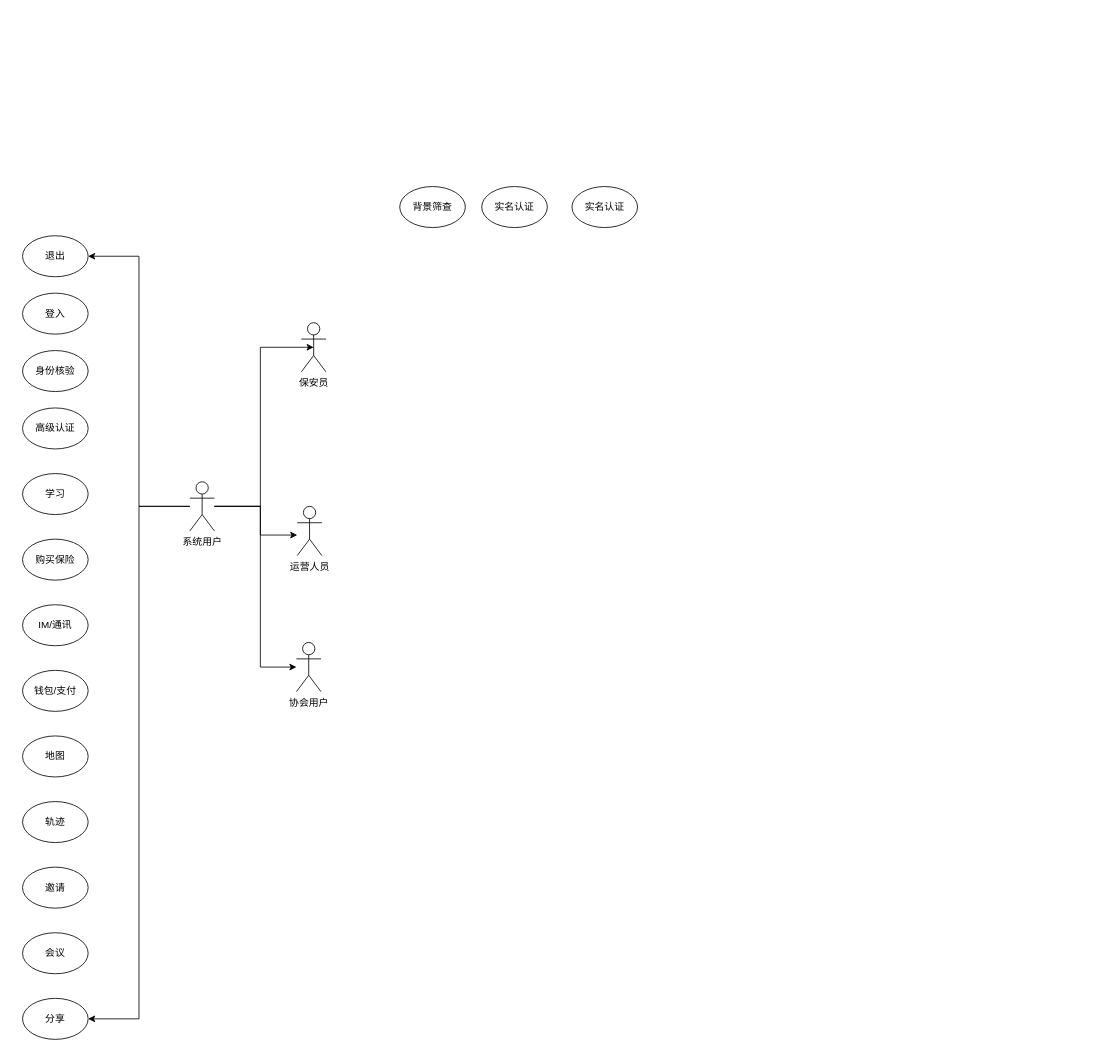
Earlier version of the draw.io diagram document/Untitled Diagram.drawio (BestLalaVm/modals). Source tidied: cells renumbered, new cells numbered last; positions are measured from the earlier drawing's top-left corner, leaving out a move shared by most shapes. Both pictures are drawn from the tidied source at 82%, with x=0, y=0 at pixel (22, 186).
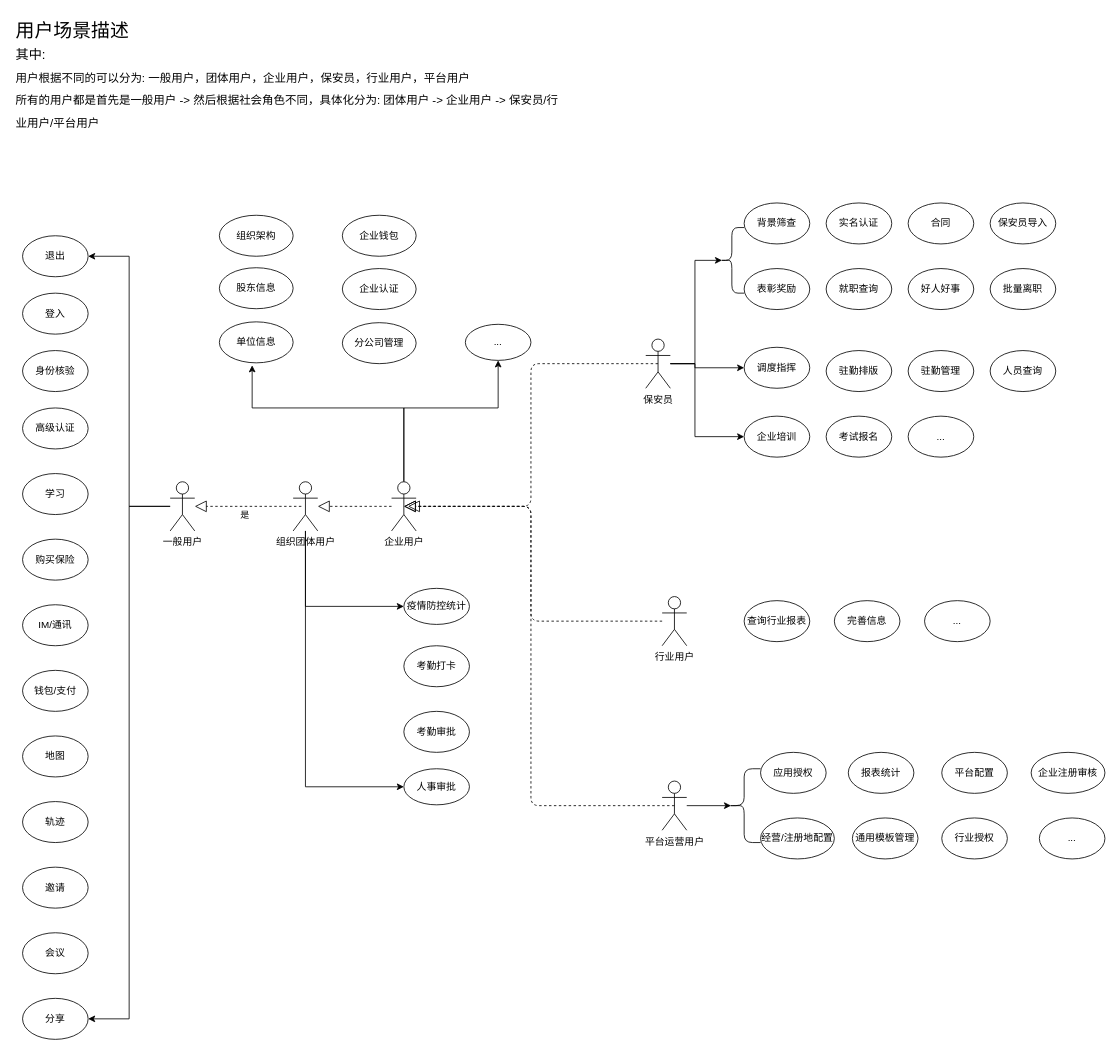
The same page after the edit.

Commit message:
场景描述图.drawio

The edit, as a diff of the source:
```diff
@@
-    <mxCell id="2" style="edgeStyle=orthogonalEdgeStyle;rounded=0;jettySize=auto;html=1;entryX=0.5;entryY=0.5;entryDx=0;entryDy=0;entryPerimeter=0;" parent="1" edge="1" source="7" target="8">
-      <mxGeometry relative="1" as="geometry">
-        <Array as="points">
-          <mxPoint x="290" y="390" />
-          <mxPoint x="290" y="196" />
-        </Array>
-      </mxGeometry>
-    </mxCell>
-    <mxCell id="3" style="edgeStyle=orthogonalEdgeStyle;rounded=0;jettySize=auto;html=1;" parent="1" edge="1" source="7" target="9">
-      <mxGeometry relative="1" as="geometry">
-        <Array as="points">
-          <mxPoint x="290" y="390" />
-          <mxPoint x="290" y="425" />
-        </Array>
-      </mxGeometry>
-    </mxCell>
-    <mxCell id="4" style="edgeStyle=orthogonalEdgeStyle;rounded=0;jettySize=auto;html=1;" parent="1" edge="1" source="7" target="10">
-      <mxGeometry relative="1" as="geometry">
-        <Array as="points">
-          <mxPoint x="290" y="390" />
-          <mxPoint x="290" y="586" />
-        </Array>
-      </mxGeometry>
-    </mxCell>
@@
-    <mxCell id="7" value="系统用户" style="shape=umlActor;verticalLabelPosition=bottom;verticalAlign=top;html=1;outlineConnect=0;" parent="1" vertex="1">
-      <mxGeometry x="204" y="360" width="30" height="60" as="geometry" />
+    <mxCell id="7" value="一般用户" style="shape=umlActor;verticalLabelPosition=bottom;verticalAlign=top;html=1;outlineConnect=0;" parent="1" vertex="1">
+      <mxGeometry x="180" y="360" width="30" height="60" as="geometry" />
     </mxCell>
+    <mxCell id="27" style="edgeStyle=orthogonalEdgeStyle;rounded=0;jettySize=auto;html=1;entryX=0.1;entryY=0.5;entryDx=0;entryDy=0;entryPerimeter=0;" parent="1" edge="1" source="8" target="33">
+      <mxGeometry relative="1" as="geometry">
+        <Array as="points">
+          <mxPoint x="820" y="216" />
+          <mxPoint x="820" y="90" />
+        </Array>
+      </mxGeometry>
+    </mxCell>
+    <mxCell id="28" style="edgeStyle=orthogonalEdgeStyle;rounded=0;jettySize=auto;html=1;entryX=0;entryY=0.5;entryDx=0;entryDy=0;" parent="1" edge="1" source="8" target="38">
+      <mxGeometry relative="1" as="geometry">
+        <Array as="points">
+          <mxPoint x="820" y="216" />
+          <mxPoint x="820" y="221" />
+        </Array>
+      </mxGeometry>
+    </mxCell>
+    <mxCell id="29" style="edgeStyle=orthogonalEdgeStyle;rounded=0;jettySize=auto;html=1;entryX=0;entryY=0.5;entryDx=0;entryDy=0;" parent="1" edge="1" source="8" target="60">
+      <mxGeometry relative="1" as="geometry">
+        <Array as="points">
+          <mxPoint x="820" y="216" />
+          <mxPoint x="820" y="305" />
+        </Array>
+      </mxGeometry>
+    </mxCell>
     <mxCell id="8" value="保安员&lt;br&gt;" style="shape=umlActor;verticalLabelPosition=bottom;verticalAlign=top;html=1;outlineConnect=0;" parent="1" vertex="1">
-      <mxGeometry x="340" y="166" width="30" height="60" as="geometry" />
+      <mxGeometry x="760" y="186" width="30" height="60" as="geometry" />
     </mxCell>
-    <mxCell id="9" value="运营人员&lt;br&gt;" style="shape=umlActor;verticalLabelPosition=bottom;verticalAlign=top;html=1;outlineConnect=0;" parent="1" vertex="1">
-      <mxGeometry x="335" y="390" width="30" height="60" as="geometry" />
-    </mxCell>
-    <mxCell id="10" value="协会用户" style="shape=umlActor;verticalLabelPosition=bottom;verticalAlign=top;html=1;outlineConnect=0;" parent="1" vertex="1">
-      <mxGeometry x="334" y="556" width="30" height="60" as="geometry" />
+    <mxCell id="10" value="行业用户" style="shape=umlActor;verticalLabelPosition=bottom;verticalAlign=top;html=1;outlineConnect=0;" parent="1" vertex="1">
+      <mxGeometry x="780" y="500" width="30" height="60" as="geometry" />
     </mxCell>
@@
     <mxCell id="22" value="背景筛查" style="ellipse;whiteSpace=wrap;html=1;" parent="1" vertex="1">
-      <mxGeometry x="460" width="80" height="50" as="geometry" />
+      <mxGeometry x="880" y="20" width="80" height="50" as="geometry" />
     </mxCell>
     <mxCell id="23" value="实名认证" style="ellipse;whiteSpace=wrap;html=1;" parent="1" vertex="1">
-      <mxGeometry x="560" width="80" height="50" as="geometry" />
+      <mxGeometry x="980" y="20" width="80" height="50" as="geometry" />
     </mxCell>
-    <mxCell id="24" value="实名认证" style="ellipse;whiteSpace=wrap;html=1;" parent="1" vertex="1">
-      <mxGeometry x="670" width="80" height="50" as="geometry" />
+    <mxCell id="24" value="合同" style="ellipse;whiteSpace=wrap;html=1;" parent="1" vertex="1">
+      <mxGeometry x="1080" y="20" width="80" height="50" as="geometry" />
     </mxCell>
@@
+    <mxCell id="30" value="表彰奖励" style="ellipse;whiteSpace=wrap;html=1;" parent="1" vertex="1">
+      <mxGeometry x="880" y="100" width="80" height="50" as="geometry" />
+    </mxCell>
+    <mxCell id="31" value="就职查询" style="ellipse;whiteSpace=wrap;html=1;" parent="1" vertex="1">
+      <mxGeometry x="980" y="100" width="80" height="50" as="geometry" />
+    </mxCell>
+    <mxCell id="32" value="好人好事" style="ellipse;whiteSpace=wrap;html=1;" parent="1" vertex="1">
+      <mxGeometry x="1080" y="100" width="80" height="50" as="geometry" />
+    </mxCell>
+    <mxCell id="33" style="shape=curlyBracket;whiteSpace=wrap;html=1;rounded=1;" parent="1" vertex="1">
+      <mxGeometry x="850" y="50" width="30" height="80" as="geometry" />
+    </mxCell>
+    <mxCell id="34" value="保安员导入" style="ellipse;whiteSpace=wrap;html=1;" parent="1" vertex="1">
+      <mxGeometry x="1180" y="20" width="80" height="50" as="geometry" />
+    </mxCell>
+    <mxCell id="35" value="批量离职" style="ellipse;whiteSpace=wrap;html=1;" parent="1" vertex="1">
+      <mxGeometry x="1180" y="100" width="80" height="50" as="geometry" />
+    </mxCell>
+    <mxCell id="36" value="驻勤管理" style="ellipse;whiteSpace=wrap;html=1;" parent="1" vertex="1">
+      <mxGeometry x="1080" y="200" width="80" height="50" as="geometry" />
+    </mxCell>
+    <mxCell id="37" value="人员查询" style="ellipse;whiteSpace=wrap;html=1;" parent="1" vertex="1">
+      <mxGeometry x="1180" y="200" width="80" height="50" as="geometry" />
+    </mxCell>
+    <mxCell id="38" value="调度指挥" style="ellipse;whiteSpace=wrap;html=1;" parent="1" vertex="1">
+      <mxGeometry x="880" y="196" width="80" height="50" as="geometry" />
+    </mxCell>
+    <mxCell id="39" value="驻勤排版" style="ellipse;whiteSpace=wrap;html=1;" parent="1" vertex="1">
+      <mxGeometry x="980" y="200" width="80" height="50" as="geometry" />
+    </mxCell>
+    <mxCell id="40" style="edgeStyle=orthogonalEdgeStyle;rounded=0;jettySize=auto;html=1;entryX=0.5;entryY=1;entryDx=0;entryDy=0;" parent="1" edge="1" source="42">
+      <mxGeometry relative="1" as="geometry">
+        <mxPoint x="280" y="218" as="targetPoint" />
+        <Array as="points">
+          <mxPoint x="465" y="270" />
+          <mxPoint x="280" y="270" />
+        </Array>
+      </mxGeometry>
+    </mxCell>
+    <mxCell id="41" style="edgeStyle=orthogonalEdgeStyle;rounded=0;jettySize=auto;html=1;entryX=0.5;entryY=1;entryDx=0;entryDy=0;" parent="1" edge="1" source="42" target="45">
+      <mxGeometry relative="1" as="geometry">
+        <Array as="points">
+          <mxPoint x="465" y="270" />
+          <mxPoint x="580" y="270" />
+        </Array>
+      </mxGeometry>
+    </mxCell>
+    <mxCell id="42" value="企业用户" style="shape=umlActor;verticalLabelPosition=bottom;verticalAlign=top;html=1;outlineConnect=0;" parent="1" vertex="1">
+      <mxGeometry x="450" y="360" width="30" height="60" as="geometry" />
+    </mxCell>
+    <mxCell id="43" value="考勤审批" style="ellipse;whiteSpace=wrap;html=1;" parent="1" vertex="1">
+      <mxGeometry x="465" y="640" width="80" height="50" as="geometry" />
+    </mxCell>
+    <mxCell id="44" value="人事审批" style="ellipse;whiteSpace=wrap;html=1;" parent="1" vertex="1">
+      <mxGeometry x="465" y="710" width="80" height="44" as="geometry" />
+    </mxCell>
+    <mxCell id="45" value="..." style="ellipse;whiteSpace=wrap;html=1;" parent="1" vertex="1">
+      <mxGeometry x="540" y="168" width="80" height="44" as="geometry" />
+    </mxCell>
+    <mxCell id="46" value="单位信息" style="ellipse;whiteSpace=wrap;html=1;" parent="1" vertex="1">
+      <mxGeometry x="240" y="165" width="90" height="50" as="geometry" />
+    </mxCell>
+    <mxCell id="47" value="股东信息" style="ellipse;whiteSpace=wrap;html=1;" parent="1" vertex="1">
+      <mxGeometry x="240" y="99" width="90" height="50" as="geometry" />
+    </mxCell>
+    <mxCell id="48" value="组织架构" style="ellipse;whiteSpace=wrap;html=1;" parent="1" vertex="1">
+      <mxGeometry x="240" y="35" width="90" height="50" as="geometry" />
+    </mxCell>
+    <mxCell id="49" value="分公司管理" style="ellipse;whiteSpace=wrap;html=1;" parent="1" vertex="1">
+      <mxGeometry x="390" y="166" width="90" height="50" as="geometry" />
+    </mxCell>
+    <mxCell id="50" value="企业认证" style="ellipse;whiteSpace=wrap;html=1;" parent="1" vertex="1">
+      <mxGeometry x="390" y="100" width="90" height="50" as="geometry" />
+    </mxCell>
+    <mxCell id="51" style="edgeStyle=orthogonalEdgeStyle;rounded=0;jettySize=auto;html=1;entryX=0;entryY=0.5;entryDx=0;entryDy=0;" parent="1" edge="1" source="53" target="54">
+      <mxGeometry relative="1" as="geometry">
+        <Array as="points">
+          <mxPoint x="345" y="512" />
+        </Array>
+      </mxGeometry>
+    </mxCell>
+    <mxCell id="52" style="edgeStyle=orthogonalEdgeStyle;rounded=0;jettySize=auto;html=1;entryX=0;entryY=0.5;entryDx=0;entryDy=0;" parent="1" edge="1" source="53" target="44">
+      <mxGeometry relative="1" as="geometry">
+        <Array as="points">
+          <mxPoint x="345" y="732" />
+        </Array>
+      </mxGeometry>
+    </mxCell>
+    <mxCell id="53" value="组织团体用户" style="shape=umlActor;verticalLabelPosition=bottom;verticalAlign=top;html=1;outlineConnect=0;" parent="1" vertex="1">
+      <mxGeometry x="330" y="360" width="30" height="60" as="geometry" />
+    </mxCell>
+    <mxCell id="54" value="疫情防控统计" style="ellipse;whiteSpace=wrap;html=1;" parent="1" vertex="1">
+      <mxGeometry x="465" y="490" width="80" height="44" as="geometry" />
+    </mxCell>
+    <mxCell id="55" value="考勤打卡" style="ellipse;whiteSpace=wrap;html=1;" parent="1" vertex="1">
+      <mxGeometry x="465" y="560" width="80" height="50" as="geometry" />
+    </mxCell>
+    <mxCell id="56" style="edgeStyle=orthogonalEdgeStyle;rounded=0;jettySize=auto;html=1;entryX=0.1;entryY=0.5;entryDx=0;entryDy=0;entryPerimeter=0;" parent="1" edge="1" source="57" target="66">
+      <mxGeometry relative="1" as="geometry" />
+    </mxCell>
+    <mxCell id="57" value="平台运营用户" style="shape=umlActor;verticalLabelPosition=bottom;verticalAlign=top;html=1;outlineConnect=0;" parent="1" vertex="1">
+      <mxGeometry x="780" y="725" width="30" height="60" as="geometry" />
+    </mxCell>
+    <mxCell id="58" value="应用授权" style="ellipse;whiteSpace=wrap;html=1;" parent="1" vertex="1">
+      <mxGeometry x="900" y="690" width="80" height="50" as="geometry" />
+    </mxCell>
+    <mxCell id="59" value="报表统计" style="ellipse;whiteSpace=wrap;html=1;" parent="1" vertex="1">
+      <mxGeometry x="1007" y="690" width="80" height="50" as="geometry" />
+    </mxCell>
+    <mxCell id="60" value="企业培训" style="ellipse;whiteSpace=wrap;html=1;" parent="1" vertex="1">
+      <mxGeometry x="880" y="280" width="80" height="50" as="geometry" />
+    </mxCell>
+    <mxCell id="61" value="考试报名" style="ellipse;whiteSpace=wrap;html=1;" parent="1" vertex="1">
+      <mxGeometry x="980" y="280" width="80" height="50" as="geometry" />
+    </mxCell>
+    <mxCell id="62" value="企业钱包" style="ellipse;whiteSpace=wrap;html=1;" parent="1" vertex="1">
+      <mxGeometry x="390" y="35" width="90" height="50" as="geometry" />
+    </mxCell>
+    <mxCell id="63" value="平台配置" style="ellipse;whiteSpace=wrap;html=1;" parent="1" vertex="1">
+      <mxGeometry x="1121" y="690" width="80" height="50" as="geometry" />
+    </mxCell>
+    <mxCell id="64" value="经营/注册地配置" style="ellipse;whiteSpace=wrap;html=1;" parent="1" vertex="1">
+      <mxGeometry x="900" y="770" width="90" height="50" as="geometry" />
+    </mxCell>
+    <mxCell id="65" value="通用模板管理" style="ellipse;whiteSpace=wrap;html=1;" parent="1" vertex="1">
+      <mxGeometry x="1012" y="770" width="80" height="50" as="geometry" />
+    </mxCell>
+    <mxCell id="66" style="shape=curlyBracket;whiteSpace=wrap;html=1;rounded=1;" parent="1" vertex="1">
+      <mxGeometry x="860" y="710" width="40" height="90" as="geometry" />
+    </mxCell>
+    <mxCell id="67" value="行业授权" style="ellipse;whiteSpace=wrap;html=1;" parent="1" vertex="1">
+      <mxGeometry x="1121" y="770" width="80" height="50" as="geometry" />
+    </mxCell>
+    <mxCell id="68" value="企业注册审核" style="ellipse;whiteSpace=wrap;html=1;" parent="1" vertex="1">
+      <mxGeometry x="1230" y="690" width="90" height="50" as="geometry" />
+    </mxCell>
+    <mxCell id="69" style="endArrow=block;dashed=1;endFill=0;endSize=12;html=1;" parent="1" edge="1" target="7">
+      <mxGeometry relative="1" as="geometry">
+        <mxPoint x="340" y="390" as="sourcePoint" />
+      </mxGeometry>
+    </mxCell>
+    <mxCell id="70" value="是" style="edgeLabel;html=1;align=center;verticalAlign=middle;" parent="69" vertex="1">
+      <mxGeometry x="-0.2" y="4" relative="1" as="geometry">
+        <mxPoint x="-18" y="6" as="offset" />
+      </mxGeometry>
+    </mxCell>
+    <mxCell id="71" style="endArrow=block;dashed=1;endFill=0;endSize=12;html=1;" parent="1" edge="1" source="42" target="53">
+      <mxGeometry relative="1" as="geometry" />
+    </mxCell>
+    <mxCell id="72" style="endArrow=block;dashed=1;endFill=0;endSize=12;html=1;exitX=0.5;exitY=0.5;exitDx=0;exitDy=0;exitPerimeter=0;entryX=0.5;entryY=0.5;entryDx=0;entryDy=0;entryPerimeter=0;edgeStyle=orthogonalEdgeStyle;" parent="1" edge="1" source="8" target="42">
+      <mxGeometry relative="1" as="geometry">
+        <Array as="points">
+          <mxPoint x="620" y="216" />
+          <mxPoint x="620" y="390" />
+        </Array>
+      </mxGeometry>
+    </mxCell>
+    <mxCell id="73" style="endArrow=block;dashed=1;endFill=0;endSize=12;html=1;entryX=0.5;entryY=0.5;entryDx=0;entryDy=0;entryPerimeter=0;edgeStyle=orthogonalEdgeStyle;" parent="1" edge="1" source="10" target="42">
+      <mxGeometry relative="1" as="geometry">
+        <Array as="points">
+          <mxPoint x="620" y="530" />
+          <mxPoint x="620" y="390" />
+        </Array>
+      </mxGeometry>
+    </mxCell>
+    <mxCell id="74" style="endArrow=block;dashed=1;endFill=0;endSize=12;html=1;exitX=0.5;exitY=0.5;exitDx=0;exitDy=0;exitPerimeter=0;jumpStyle=none;rounded=1;edgeStyle=orthogonalEdgeStyle;" parent="1" edge="1" source="57">
+      <mxGeometry relative="1" as="geometry">
+        <mxPoint x="470" y="390" as="targetPoint" />
+        <Array as="points">
+          <mxPoint x="620" y="755" />
+          <mxPoint x="620" y="390" />
+        </Array>
+      </mxGeometry>
+    </mxCell>
+    <mxCell id="75" value="查询行业报表" style="ellipse;whiteSpace=wrap;html=1;" parent="1" vertex="1">
+      <mxGeometry x="880" y="505" width="80" height="50" as="geometry" />
+    </mxCell>
+    <mxCell id="76" value="完善信息" style="ellipse;whiteSpace=wrap;html=1;" parent="1" vertex="1">
+      <mxGeometry x="990" y="505" width="80" height="50" as="geometry" />
+    </mxCell>
+    <mxCell id="77" value="..." style="ellipse;whiteSpace=wrap;html=1;" parent="1" vertex="1">
+      <mxGeometry x="1100" y="505" width="80" height="50" as="geometry" />
+    </mxCell>
+    <mxCell id="78" value="..." style="ellipse;whiteSpace=wrap;html=1;" parent="1" vertex="1">
+      <mxGeometry x="1080" y="280" width="80" height="50" as="geometry" />
+    </mxCell>
+    <mxCell id="79" value="..." style="ellipse;whiteSpace=wrap;html=1;" parent="1" vertex="1">
+      <mxGeometry x="1240" y="770" width="80" height="50" as="geometry" />
+    </mxCell>
+    <mxCell id="80" value="用户场景描述&lt;br&gt;&lt;font style=&quot;font-size: 16px&quot;&gt;其中:&lt;/font&gt;&amp;nbsp;&lt;br&gt;&lt;font style=&quot;font-size: 14px&quot;&gt;用户根据不同的可以分为: 一般用户，团体用户，企业用户，保安员，行业用户，平台用户&lt;br&gt;所有的用户都是首先是一般用户 -&amp;gt; 然后根据社会角色不同，具体化分为: 团体用户 -&amp;gt; 企业用户 -&amp;gt; 保安员/行业用户/平台用户&lt;br&gt;&lt;/font&gt;" style="text;html=1;strokeColor=none;fillColor=none;align=left;verticalAlign=middle;whiteSpace=wrap;rounded=0;fontSize=23;fontFamily=Helvetica;" parent="1" vertex="1">
+      <mxGeometry x="-10" y="-210" width="670" height="150" as="geometry" />
+    </mxCell>
```
